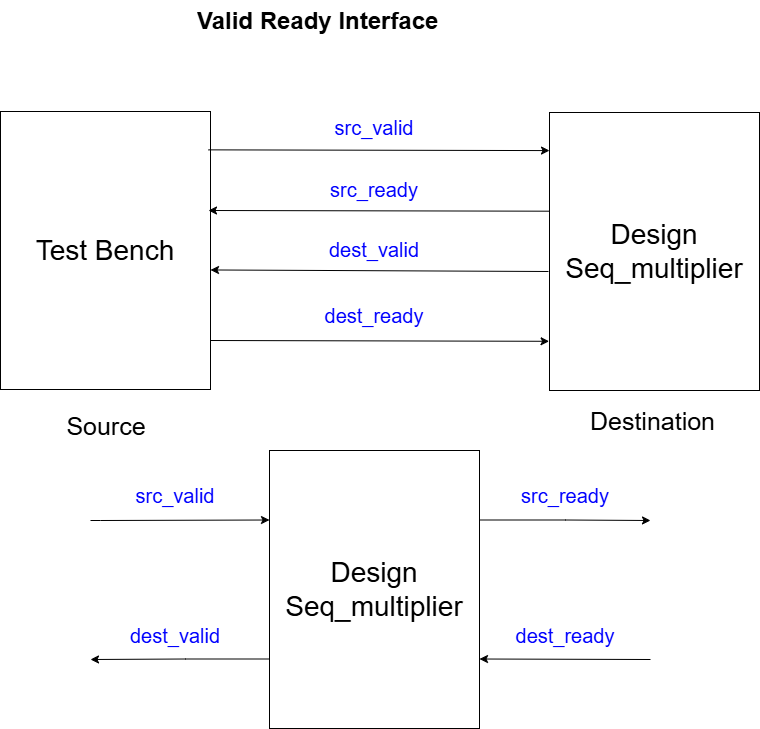
Earlier version of the draw.io export Nasir/src/valid_ready_interface_seq_multiplier/docs/valid_ready_interface.png (medsuet/Xcelerium-IC-Design-Training). Source tidied: cells renumbered, new cells last; positions are measured from the earlier drawing's top-left corner, leaving out a move shared by most shapes. The source it was exported from:
```xml
<mxGraphModel>
  <root>
    <mxCell id="0" />
    <mxCell id="1" parent="0" />
    <mxCell id="2" value="&lt;h1 style=&quot;margin-top: 0px;&quot;&gt;Valid Ready Interface&lt;/h1&gt;" style="text;html=1;whiteSpace=wrap;overflow=hidden;rounded=0;" parent="1" vertex="1">
      <mxGeometry x="194.5" width="270" height="40" as="geometry" />
    </mxCell>
    <mxCell id="3" value="&lt;font style=&quot;font-size: 28px;&quot;&gt;Design&lt;/font&gt;&lt;div&gt;&lt;font style=&quot;font-size: 28px;&quot;&gt;Seq_multiplier&lt;/font&gt;&lt;/div&gt;" style="rounded=0;whiteSpace=wrap;html=1;" parent="1" vertex="1">
      <mxGeometry x="549" y="112" width="210" height="278" as="geometry" />
    </mxCell>
    <mxCell id="4" value="&lt;span style=&quot;font-size: 28px;&quot;&gt;Test Bench&lt;/span&gt;" style="rounded=0;whiteSpace=wrap;html=1;" parent="1" vertex="1">
      <mxGeometry y="111" width="210" height="278" as="geometry" />
    </mxCell>
    <mxCell id="5" style="edgeStyle=none;jettySize=auto;html=1;rounded=0;exitX=0.989;exitY=0.138;exitDx=0;exitDy=0;exitPerimeter=0;entryX=0;entryY=0.137;entryDx=0;entryDy=0;entryPerimeter=0;" parent="1" edge="1" source="4" target="3">
      <mxGeometry relative="1" as="geometry" />
    </mxCell>
    <mxCell id="6" style="edgeStyle=none;jettySize=auto;html=1;rounded=0;exitX=-0.001;exitY=0.355;exitDx=0;exitDy=0;exitPerimeter=0;entryX=0;entryY=0.137;entryDx=0;entryDy=0;entryPerimeter=0;" parent="1" edge="1" source="3">
      <mxGeometry relative="1" as="geometry">
        <mxPoint x="208" y="210" as="targetPoint" />
      </mxGeometry>
    </mxCell>
    <mxCell id="7" style="edgeStyle=none;jettySize=auto;html=1;rounded=0;entryX=1;entryY=0.57;entryDx=0;entryDy=0;entryPerimeter=0;" parent="1" edge="1" target="4">
      <mxGeometry relative="1" as="geometry">
        <mxPoint x="548" y="271" as="sourcePoint" />
      </mxGeometry>
    </mxCell>
    <mxCell id="8" style="edgeStyle=none;jettySize=auto;html=1;rounded=0;exitX=0.989;exitY=0.138;exitDx=0;exitDy=0;exitPerimeter=0;entryX=-0.002;entryY=0.823;entryDx=0;entryDy=0;entryPerimeter=0;" parent="1" edge="1" target="3">
      <mxGeometry relative="1" as="geometry">
        <mxPoint x="210" y="340" as="sourcePoint" />
      </mxGeometry>
    </mxCell>
    <mxCell id="9" value="&lt;font style=&quot;font-size: 25px;&quot;&gt;Source&lt;/font&gt;&lt;div style=&quot;font-size: 25px;&quot;&gt;&lt;br&gt;&lt;/div&gt;" style="text;html=1;align=center;verticalAlign=middle;whiteSpace=wrap;rounded=0;" parent="1" vertex="1">
      <mxGeometry x="56" y="410" width="100" height="60" as="geometry" />
    </mxCell>
    <mxCell id="10" value="&lt;div style=&quot;font-size: 25px;&quot;&gt;Destination&lt;/div&gt;" style="text;html=1;align=center;verticalAlign=middle;whiteSpace=wrap;rounded=0;" parent="1" vertex="1">
      <mxGeometry x="579.5" y="390" width="145" height="60" as="geometry" />
    </mxCell>
    <mxCell id="11" value="&lt;font color=&quot;#0000ff&quot; style=&quot;font-size: 20px;&quot;&gt;src_valid&lt;/font&gt;" style="text;html=1;align=center;verticalAlign=middle;whiteSpace=wrap;rounded=0;" parent="1" vertex="1">
      <mxGeometry x="319" y="112" width="110" height="30" as="geometry" />
    </mxCell>
    <mxCell id="12" value="&lt;font color=&quot;#0000ff&quot; style=&quot;font-size: 20px;&quot;&gt;src_ready&lt;/font&gt;" style="text;html=1;align=center;verticalAlign=middle;whiteSpace=wrap;rounded=0;" parent="1" vertex="1">
      <mxGeometry x="319" y="174" width="110" height="30" as="geometry" />
    </mxCell>
    <mxCell id="13" value="&lt;font color=&quot;#0000ff&quot; style=&quot;font-size: 20px;&quot;&gt;dest_valid&lt;/font&gt;" style="text;html=1;align=center;verticalAlign=middle;whiteSpace=wrap;rounded=0;" parent="1" vertex="1">
      <mxGeometry x="319" y="234" width="110" height="30" as="geometry" />
    </mxCell>
    <mxCell id="14" value="&lt;font color=&quot;#0000ff&quot; style=&quot;font-size: 20px;&quot;&gt;dest_ready&lt;/font&gt;" style="text;html=1;align=center;verticalAlign=middle;whiteSpace=wrap;rounded=0;" parent="1" vertex="1">
      <mxGeometry x="319" y="300" width="110" height="30" as="geometry" />
    </mxCell>
    <mxCell id="15" style="edgeStyle=orthogonalEdgeStyle;rounded=0;jettySize=auto;html=1;exitX=0;exitY=0.25;exitDx=0;exitDy=0;entryX=0;entryY=0.25;entryDx=0;entryDy=0;" parent="1" edge="1" target="19">
      <mxGeometry relative="1" as="geometry">
        <mxPoint x="90" y="520" as="sourcePoint" />
        <Array as="points">
          <mxPoint x="100" y="520" />
          <mxPoint x="185" y="520" />
        </Array>
      </mxGeometry>
    </mxCell>
    <mxCell id="16" style="edgeStyle=orthogonalEdgeStyle;rounded=0;jettySize=auto;html=1;exitX=0;exitY=0.75;exitDx=0;exitDy=0;" parent="1" edge="1" source="19">
      <mxGeometry relative="1" as="geometry">
        <mxPoint x="90" y="659" as="targetPoint" />
        <Array as="points">
          <mxPoint x="185" y="659" />
          <mxPoint x="100" y="659" />
        </Array>
      </mxGeometry>
    </mxCell>
    <mxCell id="17" style="edgeStyle=orthogonalEdgeStyle;rounded=0;jettySize=auto;html=1;exitX=1;exitY=0.25;exitDx=0;exitDy=0;" parent="1" edge="1" source="19">
      <mxGeometry relative="1" as="geometry">
        <mxPoint x="650" y="520" as="targetPoint" />
        <Array as="points">
          <mxPoint x="565" y="520" />
          <mxPoint x="650" y="520" />
        </Array>
      </mxGeometry>
    </mxCell>
    <mxCell id="18" style="edgeStyle=orthogonalEdgeStyle;rounded=0;jettySize=auto;html=1;exitX=1;exitY=0.75;exitDx=0;exitDy=0;entryX=1;entryY=0.75;entryDx=0;entryDy=0;" parent="1" edge="1" target="19">
      <mxGeometry relative="1" as="geometry">
        <mxPoint x="650" y="659" as="sourcePoint" />
        <Array as="points">
          <mxPoint x="650" y="659" />
          <mxPoint x="565" y="659" />
        </Array>
      </mxGeometry>
    </mxCell>
    <mxCell id="19" value="&lt;font style=&quot;font-size: 28px;&quot;&gt;Design&lt;/font&gt;&lt;div&gt;&lt;font style=&quot;font-size: 28px;&quot;&gt;Seq_multiplier&lt;/font&gt;&lt;/div&gt;" style="rounded=0;whiteSpace=wrap;html=1;" parent="1" vertex="1">
      <mxGeometry x="269" y="450" width="210" height="278" as="geometry" />
    </mxCell>
    <mxCell id="20" value="&lt;font color=&quot;#0000ff&quot; style=&quot;font-size: 20px;&quot;&gt;src_valid&lt;/font&gt;" style="text;html=1;align=center;verticalAlign=middle;whiteSpace=wrap;rounded=0;" parent="1" vertex="1">
      <mxGeometry x="120" y="480" width="110" height="30" as="geometry" />
    </mxCell>
    <mxCell id="21" value="&lt;font color=&quot;#0000ff&quot; style=&quot;font-size: 20px;&quot;&gt;src_ready&lt;/font&gt;" style="text;html=1;align=center;verticalAlign=middle;whiteSpace=wrap;rounded=0;" parent="1" vertex="1">
      <mxGeometry x="510" y="480" width="110" height="30" as="geometry" />
    </mxCell>
    <mxCell id="22" value="&lt;font color=&quot;#0000ff&quot; style=&quot;font-size: 20px;&quot;&gt;dest_valid&lt;/font&gt;" style="text;html=1;align=center;verticalAlign=middle;whiteSpace=wrap;rounded=0;" parent="1" vertex="1">
      <mxGeometry x="120" y="620" width="110" height="30" as="geometry" />
    </mxCell>
    <mxCell id="23" value="&lt;font color=&quot;#0000ff&quot; style=&quot;font-size: 20px;&quot;&gt;dest_ready&lt;/font&gt;" style="text;html=1;align=center;verticalAlign=middle;whiteSpace=wrap;rounded=0;" parent="1" vertex="1">
      <mxGeometry x="510" y="620" width="110" height="30" as="geometry" />
    </mxCell>
  </root>
</mxGraphModel>
```
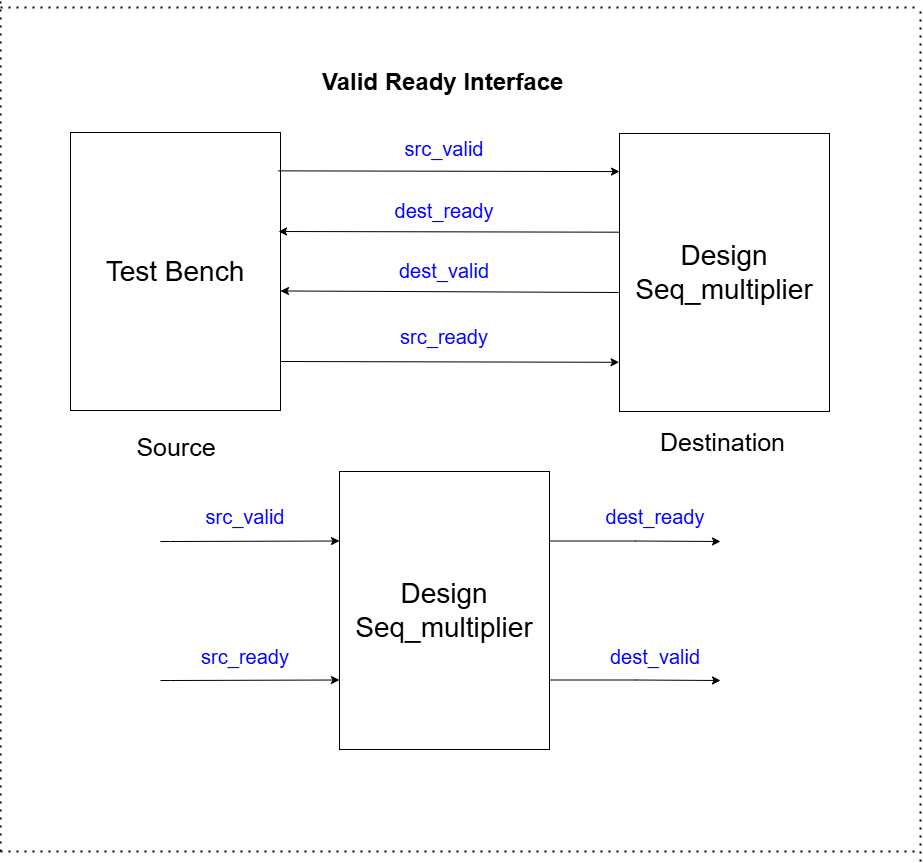
The same file after the commit.

Diff of the diagram source:
```diff
@@ -3,7 +3,7 @@
     <mxCell id="0" />
     <mxCell id="1" parent="0" />
     <mxCell id="2" value="&lt;h1 style=&quot;margin-top: 0px;&quot;&gt;Valid Ready Interface&lt;/h1&gt;" style="text;html=1;whiteSpace=wrap;overflow=hidden;rounded=0;" parent="1" vertex="1">
-      <mxGeometry x="194.5" width="270" height="40" as="geometry" />
+      <mxGeometry x="250" y="40" width="270" height="40" as="geometry" />
     </mxCell>
     <mxCell id="3" value="&lt;font style=&quot;font-size: 28px;&quot;&gt;Design&lt;/font&gt;&lt;div&gt;&lt;font style=&quot;font-size: 28px;&quot;&gt;Seq_multiplier&lt;/font&gt;&lt;/div&gt;" style="rounded=0;whiteSpace=wrap;html=1;" parent="1" vertex="1">
       <mxGeometry x="549" y="112" width="210" height="278" as="geometry" />
@@ -38,13 +38,13 @@
     <mxCell id="11" value="&lt;font color=&quot;#0000ff&quot; style=&quot;font-size: 20px;&quot;&gt;src_valid&lt;/font&gt;" style="text;html=1;align=center;verticalAlign=middle;whiteSpace=wrap;rounded=0;" parent="1" vertex="1">
       <mxGeometry x="319" y="112" width="110" height="30" as="geometry" />
     </mxCell>
-    <mxCell id="12" value="&lt;font color=&quot;#0000ff&quot; style=&quot;font-size: 20px;&quot;&gt;src_ready&lt;/font&gt;" style="text;html=1;align=center;verticalAlign=middle;whiteSpace=wrap;rounded=0;" parent="1" vertex="1">
+    <mxCell id="12" value="&lt;font color=&quot;#0000ff&quot; style=&quot;font-size: 20px;&quot;&gt;dest_ready&lt;/font&gt;" style="text;html=1;align=center;verticalAlign=middle;whiteSpace=wrap;rounded=0;" parent="1" vertex="1">
       <mxGeometry x="319" y="174" width="110" height="30" as="geometry" />
     </mxCell>
     <mxCell id="13" value="&lt;font color=&quot;#0000ff&quot; style=&quot;font-size: 20px;&quot;&gt;dest_valid&lt;/font&gt;" style="text;html=1;align=center;verticalAlign=middle;whiteSpace=wrap;rounded=0;" parent="1" vertex="1">
       <mxGeometry x="319" y="234" width="110" height="30" as="geometry" />
     </mxCell>
-    <mxCell id="14" value="&lt;font color=&quot;#0000ff&quot; style=&quot;font-size: 20px;&quot;&gt;dest_ready&lt;/font&gt;" style="text;html=1;align=center;verticalAlign=middle;whiteSpace=wrap;rounded=0;" parent="1" vertex="1">
+    <mxCell id="14" value="&lt;font color=&quot;#0000ff&quot; style=&quot;font-size: 20px;&quot;&gt;src_ready&lt;/font&gt;" style="text;html=1;align=center;verticalAlign=middle;whiteSpace=wrap;rounded=0;" parent="1" vertex="1">
       <mxGeometry x="319" y="300" width="110" height="30" as="geometry" />
     </mxCell>
     <mxCell id="15" style="edgeStyle=orthogonalEdgeStyle;rounded=0;jettySize=auto;html=1;exitX=0;exitY=0.25;exitDx=0;exitDy=0;entryX=0;entryY=0.25;entryDx=0;entryDy=0;" parent="1" edge="1" target="19">
@@ -56,12 +56,12 @@
         </Array>
       </mxGeometry>
     </mxCell>
-    <mxCell id="16" style="edgeStyle=orthogonalEdgeStyle;rounded=0;jettySize=auto;html=1;exitX=0;exitY=0.75;exitDx=0;exitDy=0;" parent="1" edge="1" source="19">
+    <mxCell id="16" style="edgeStyle=orthogonalEdgeStyle;rounded=0;jettySize=auto;html=1;exitX=0;exitY=0.75;exitDx=0;exitDy=0;entryX=0;entryY=0.75;entryDx=0;entryDy=0;" parent="1" edge="1" target="19">
       <mxGeometry relative="1" as="geometry">
-        <mxPoint x="90" y="659" as="targetPoint" />
+        <mxPoint x="90" y="659" as="sourcePoint" />
         <Array as="points">
+          <mxPoint x="100" y="659" />
           <mxPoint x="185" y="659" />
-          <mxPoint x="100" y="659" />
         </Array>
       </mxGeometry>
     </mxCell>
@@ -74,12 +74,12 @@
         </Array>
       </mxGeometry>
     </mxCell>
-    <mxCell id="18" style="edgeStyle=orthogonalEdgeStyle;rounded=0;jettySize=auto;html=1;exitX=1;exitY=0.75;exitDx=0;exitDy=0;entryX=1;entryY=0.75;entryDx=0;entryDy=0;" parent="1" edge="1" target="19">
+    <mxCell id="18" style="edgeStyle=orthogonalEdgeStyle;rounded=0;jettySize=auto;html=1;exitX=1;exitY=0.75;exitDx=0;exitDy=0;entryX=1;entryY=0.75;entryDx=0;entryDy=0;" parent="1" edge="1" source="19">
       <mxGeometry relative="1" as="geometry">
-        <mxPoint x="650" y="659" as="sourcePoint" />
+        <mxPoint x="650" y="659" as="targetPoint" />
         <Array as="points">
+          <mxPoint x="565" y="659" />
           <mxPoint x="650" y="659" />
-          <mxPoint x="565" y="659" />
         </Array>
       </mxGeometry>
     </mxCell>
@@ -89,14 +89,38 @@
     <mxCell id="20" value="&lt;font color=&quot;#0000ff&quot; style=&quot;font-size: 20px;&quot;&gt;src_valid&lt;/font&gt;" style="text;html=1;align=center;verticalAlign=middle;whiteSpace=wrap;rounded=0;" parent="1" vertex="1">
       <mxGeometry x="120" y="480" width="110" height="30" as="geometry" />
     </mxCell>
-    <mxCell id="21" value="&lt;font color=&quot;#0000ff&quot; style=&quot;font-size: 20px;&quot;&gt;src_ready&lt;/font&gt;" style="text;html=1;align=center;verticalAlign=middle;whiteSpace=wrap;rounded=0;" parent="1" vertex="1">
-      <mxGeometry x="510" y="480" width="110" height="30" as="geometry" />
+    <mxCell id="21" value="&lt;font color=&quot;#0000ff&quot; style=&quot;font-size: 20px;&quot;&gt;dest_valid&lt;/font&gt;" style="text;html=1;align=center;verticalAlign=middle;whiteSpace=wrap;rounded=0;" parent="1" vertex="1">
+      <mxGeometry x="530" y="620" width="110" height="30" as="geometry" />
     </mxCell>
-    <mxCell id="22" value="&lt;font color=&quot;#0000ff&quot; style=&quot;font-size: 20px;&quot;&gt;dest_valid&lt;/font&gt;" style="text;html=1;align=center;verticalAlign=middle;whiteSpace=wrap;rounded=0;" parent="1" vertex="1">
+    <mxCell id="22" value="&lt;font color=&quot;#0000ff&quot; style=&quot;font-size: 20px;&quot;&gt;src_ready&lt;/font&gt;" style="text;html=1;align=center;verticalAlign=middle;whiteSpace=wrap;rounded=0;" parent="1" vertex="1">
       <mxGeometry x="120" y="620" width="110" height="30" as="geometry" />
     </mxCell>
     <mxCell id="23" value="&lt;font color=&quot;#0000ff&quot; style=&quot;font-size: 20px;&quot;&gt;dest_ready&lt;/font&gt;" style="text;html=1;align=center;verticalAlign=middle;whiteSpace=wrap;rounded=0;" parent="1" vertex="1">
-      <mxGeometry x="510" y="620" width="110" height="30" as="geometry" />
+      <mxGeometry x="530" y="480" width="110" height="30" as="geometry" />
     </mxCell>
+    <mxCell id="24" style="endArrow=none;dashed=1;html=1;dashPattern=1 3;strokeWidth=2;rounded=0;" parent="1" edge="1">
+      <mxGeometry relative="1" as="geometry">
+        <mxPoint x="-70" y="830" as="sourcePoint" />
+        <mxPoint x="-70" y="-20" as="targetPoint" />
+      </mxGeometry>
+    </mxCell>
+    <mxCell id="25" style="endArrow=none;dashed=1;html=1;dashPattern=1 3;strokeWidth=2;rounded=0;" parent="1" edge="1">
+      <mxGeometry relative="1" as="geometry">
+        <mxPoint x="850" y="840" as="sourcePoint" />
+        <mxPoint x="850" y="-10" as="targetPoint" />
+      </mxGeometry>
+    </mxCell>
+    <mxCell id="26" style="endArrow=none;dashed=1;html=1;dashPattern=1 3;strokeWidth=2;rounded=0;" parent="1" edge="1">
+      <mxGeometry relative="1" as="geometry">
+        <mxPoint x="-70" y="-14" as="sourcePoint" />
+        <mxPoint x="850" y="-14" as="targetPoint" />
+      </mxGeometry>
+    </mxCell>
+    <mxCell id="27" style="endArrow=none;dashed=1;html=1;dashPattern=1 3;strokeWidth=2;rounded=0;" parent="1" edge="1">
+      <mxGeometry relative="1" as="geometry">
+        <mxPoint x="-70" y="830" as="sourcePoint" />
+        <mxPoint x="850" y="830" as="targetPoint" />
+      </mxGeometry>
+    </mxCell>
   </root>
 </mxGraphModel>
```
